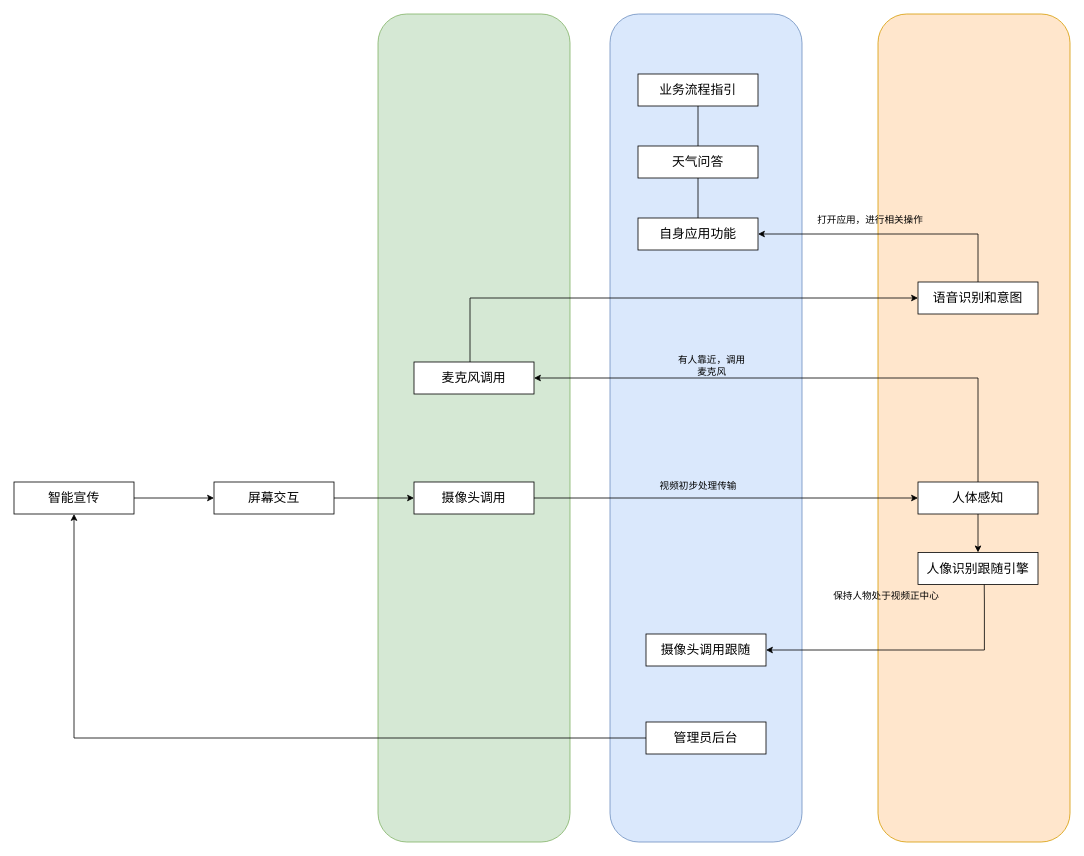
Above: 关联性连接.drawio in robertshuai/draw.io (draw.io), before the change. Source tidied: cells renumbered, new cells numbered last; positions are measured from the earlier drawing's top-left corner, leaving out a move shared by most shapes. Both pictures are drawn from the tidied source at 80%, with x=0, y=0 at pixel (14, 14).
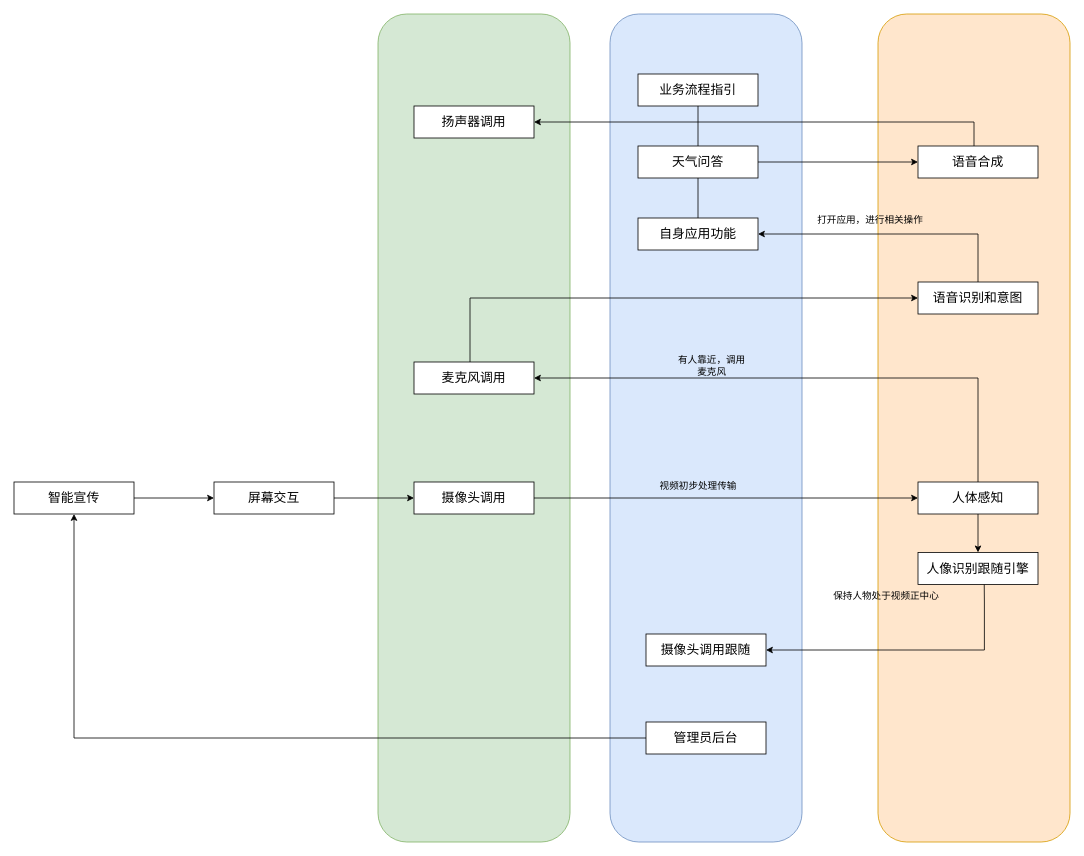
Above is the later version.

Commit message (it also covers changes not shown here):
更新关联性连接.drawio

Unchanged cells that the change refers to:
```xml
<mxCell id="27" value="&lt;span style=&quot;font-size: 16px;&quot;&gt;天气问答&lt;/span&gt;" style="rounded=0;whiteSpace=wrap;html=1;" parent="1" vertex="1">
  <mxGeometry x="780" y="165" width="150" height="40" as="geometry" />
</mxCell>
```

What changed in the source:
```diff
@@
+    <mxCell id="33" value="&lt;span style=&quot;font-size: 16px;&quot;&gt;语音合成&lt;/span&gt;" style="rounded=0;whiteSpace=wrap;html=1;" parent="1" vertex="1">
+      <mxGeometry x="1130" y="165" width="150" height="40" as="geometry" />
+    </mxCell>
+    <mxCell id="34" style="endArrow=classic;html=1;rounded=0;exitX=1;exitY=0.5;exitDx=0;exitDy=0;entryX=0;entryY=0.5;entryDx=0;entryDy=0;" parent="1" edge="1" source="27" target="33">
+      <mxGeometry relative="1" as="geometry" />
+    </mxCell>
+    <mxCell id="35" value="&lt;span style=&quot;font-size: 16px;&quot;&gt;扬声器调用&lt;/span&gt;" style="rounded=0;whiteSpace=wrap;html=1;" parent="1" vertex="1">
+      <mxGeometry x="500" y="115" width="150" height="40" as="geometry" />
+    </mxCell>
+    <mxCell id="36" style="endArrow=classic;html=1;rounded=0;entryX=1;entryY=0.5;entryDx=0;entryDy=0;" parent="1" edge="1" target="35">
+      <mxGeometry relative="1" as="geometry">
+        <mxPoint x="1200" y="165" as="sourcePoint" />
+        <Array as="points">
+          <mxPoint x="1200" y="135" />
+        </Array>
+      </mxGeometry>
+    </mxCell>
```
